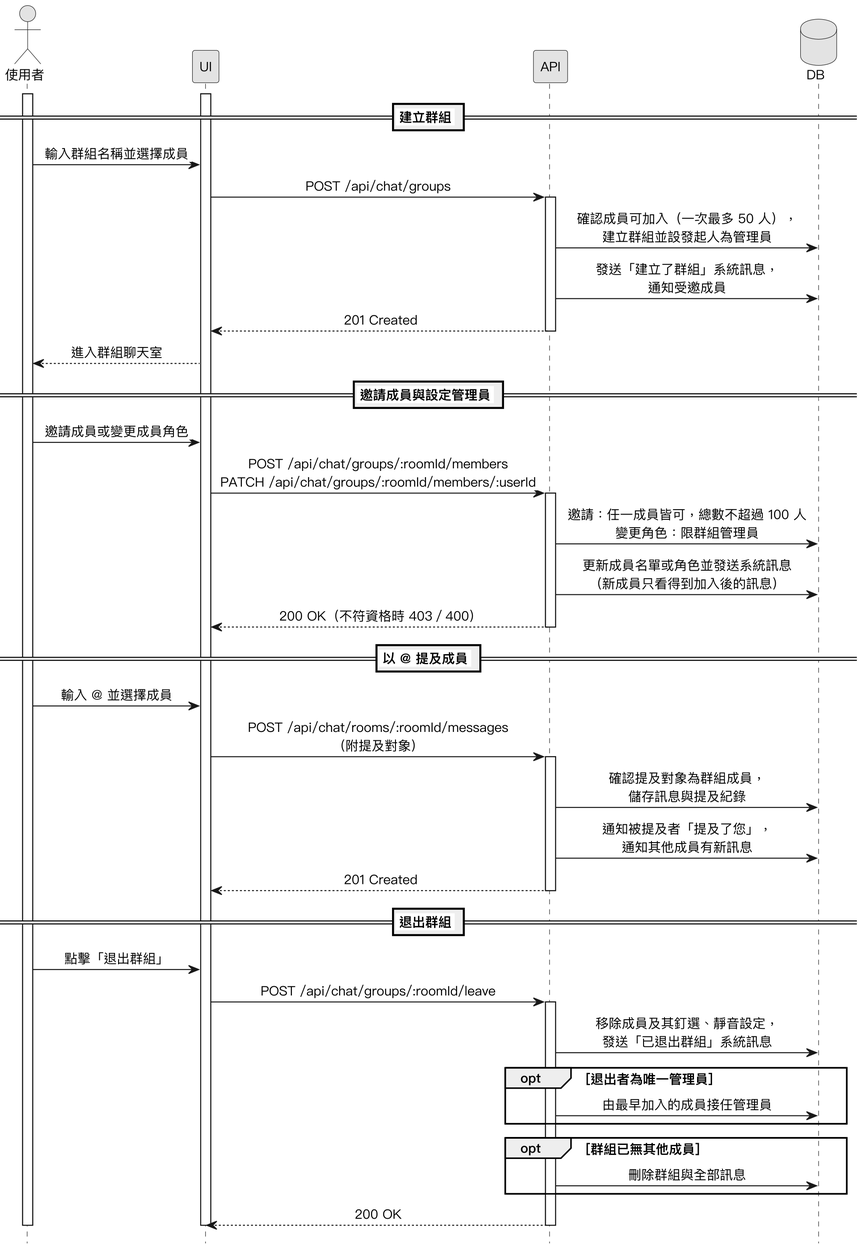
SaveMyBook/SaveMyBook keeps this PlantUML diagram as Diagrams/Sequence Diagrams/v3/seq_chat_group.png. Above is the earlier version.
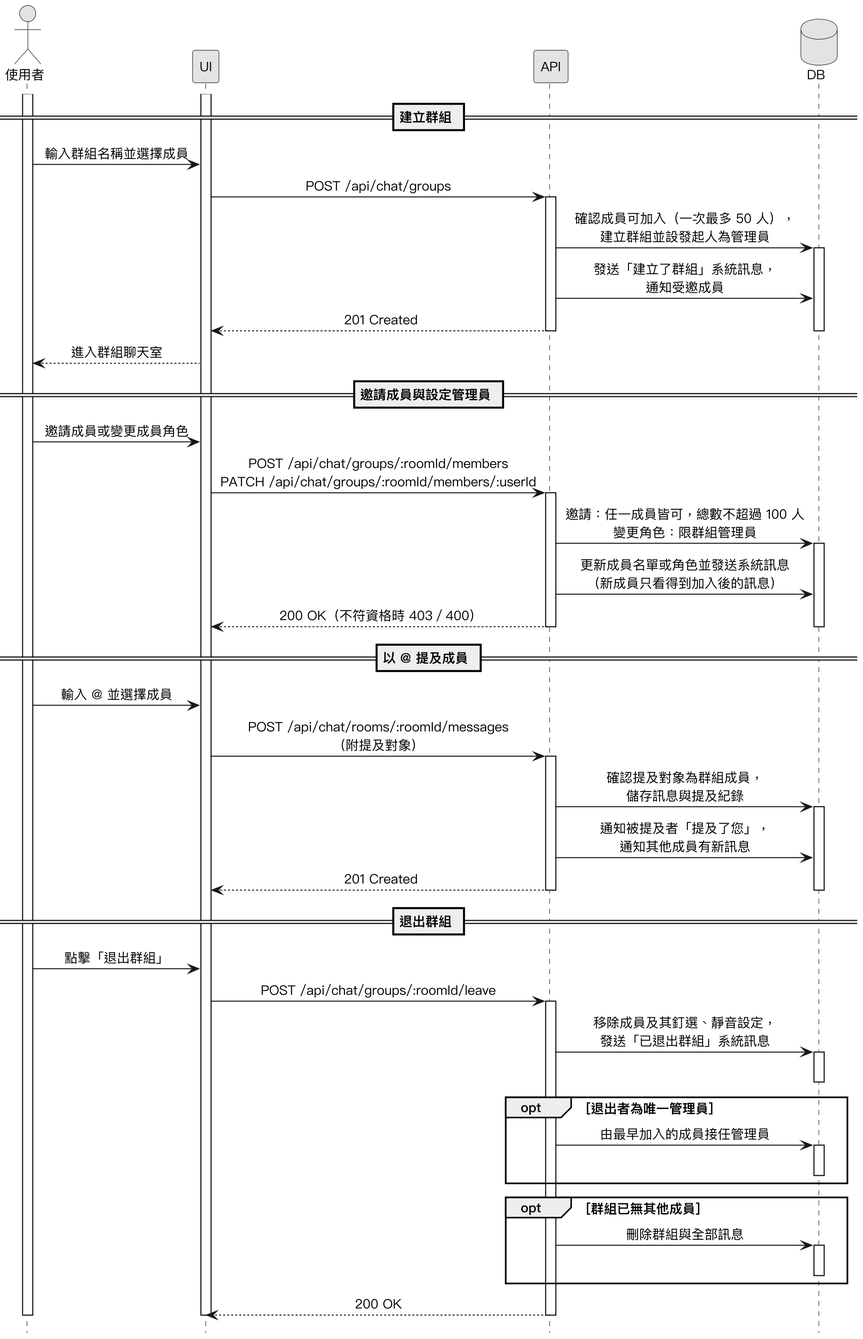
Later version of the same file.

The edit, as a diff of the source:
```diff
@@ -20,8 +20,10 @@
 UI -> API : POST /api/chat/groups
 activate API
 API -> DB : 確認成員可加入（一次最多 50 人），\n建立群組並設發起人為管理員
+activate DB
 API -> DB : 發送「建立了群組」系統訊息，\n通知受邀成員
 API --> UI : 201 Created
+deactivate DB
 deactivate API
 UI --> 使用者 : 進入群組聊天室
 
@@ -30,8 +32,10 @@
 UI -> API : POST /api/chat/groups/:roomId/members\nPATCH /api/chat/groups/:roomId/members/:userId
 activate API
 API -> DB : 邀請：任一成員皆可，總數不超過 100 人\n變更角色：限群組管理員
+activate DB
 API -> DB : 更新成員名單或角色並發送系統訊息\n（新成員只看得到加入後的訊息）
 API --> UI : 200 OK（不符資格時 403／400）
+deactivate DB
 deactivate API
 
 == 以 @ 提及成員 ==
@@ -39,20 +43,25 @@
 UI -> API : POST /api/chat/rooms/:roomId/messages\n（附提及對象）
 activate API
 API -> DB : 確認提及對象為群組成員，\n儲存訊息與提及紀錄
+activate DB
 API -> DB : 通知被提及者「提及了您」，\n通知其他成員有新訊息
 API --> UI : 201 Created
+deactivate DB
 deactivate API
 
 == 退出群組 ==
 使用者 -> UI : 點擊「退出群組」
 UI -> API : POST /api/chat/groups/:roomId/leave
 activate API
-API -> DB : 移除成員及其釘選、靜音設定，\n發送「已退出群組」系統訊息
+API -> DB ++ : 移除成員及其釘選、靜音設定，\n發送「已退出群組」系統訊息
+deactivate DB
 opt 退出者為唯一管理員
-  API -> DB : 由最早加入的成員接任管理員
+  API -> DB ++ : 由最早加入的成員接任管理員
+  deactivate DB
 end
 opt 群組已無其他成員
-  API -> DB : 刪除群組與全部訊息
+  API -> DB ++ : 刪除群組與全部訊息
+  deactivate DB
 end
 API --> UI : 200 OK
 deactivate API
```
